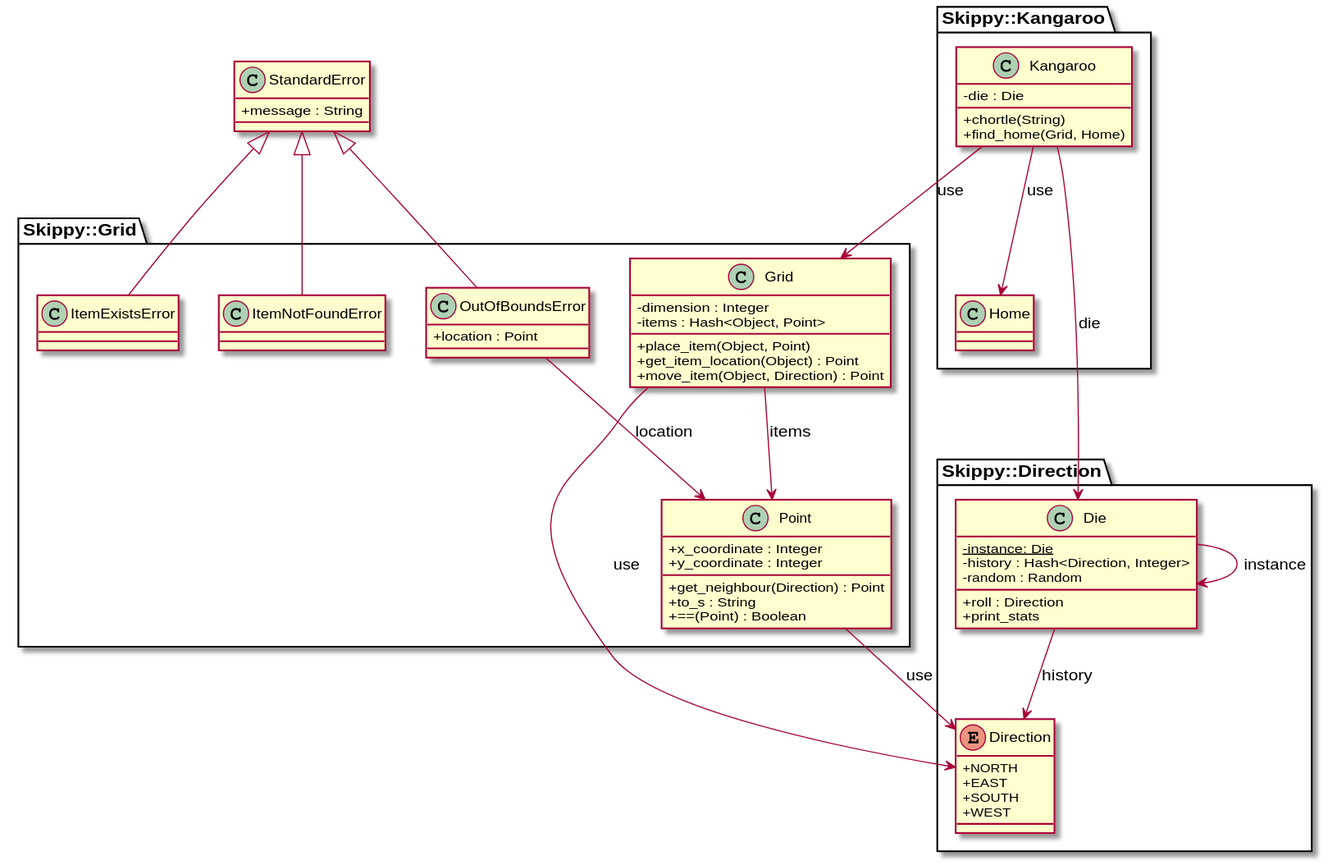
Above: uml/skippy-plantuml.svg in jaaufauvre/will-skippy-get-home (PlantUML), before the change.
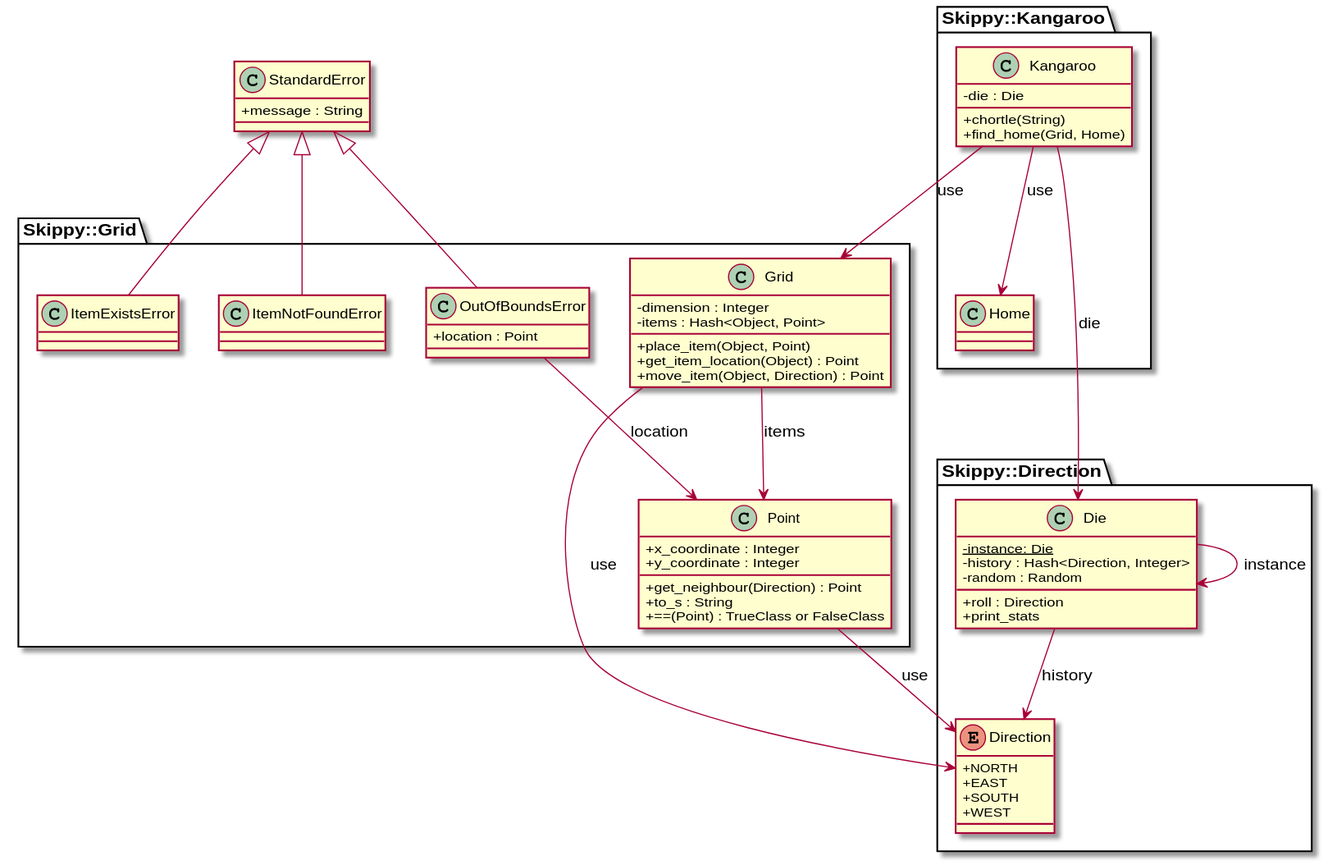
Above is the later version.

Commit message:
Replaced Boolean with TrueClass or FalseClass

The edit, as a diff of the source:
```diff
@@ -60,7 +60,7 @@
       {field} +y_coordinate : Integer
       {method} +get_neighbour(Direction) : Point
       {method} +to_s : String
-      {method} +==(Point) : Boolean
+      {method} +==(Point) : TrueClass or FalseClass
     }
 
     class ItemExistsError
```
